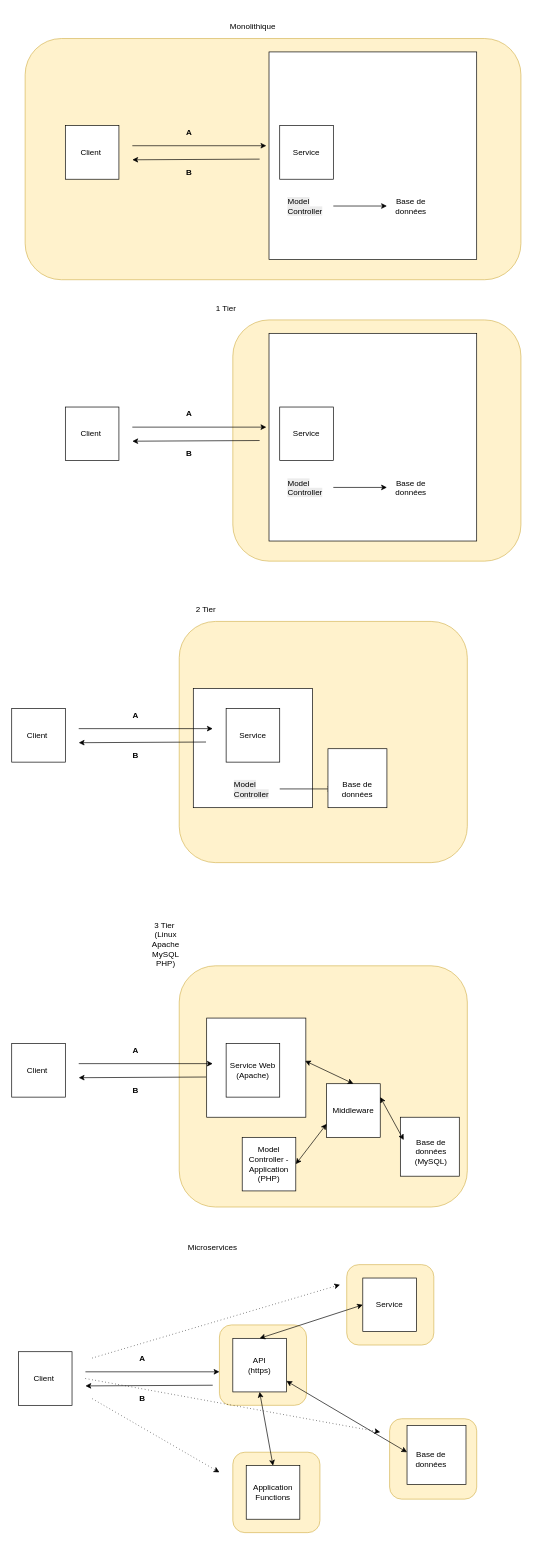
Before: TierNMicroservices.drawio in infocidc/7AX73-CloudComputing, a draw.io diagram. Source tidied: cells renumbered, new cells numbered last; positions are measured from the earlier drawing's top-left corner, leaving out a move shared by most shapes. Both pictures are drawn from the tidied source at 67%, with x=0, y=0 at pixel (11, 11).
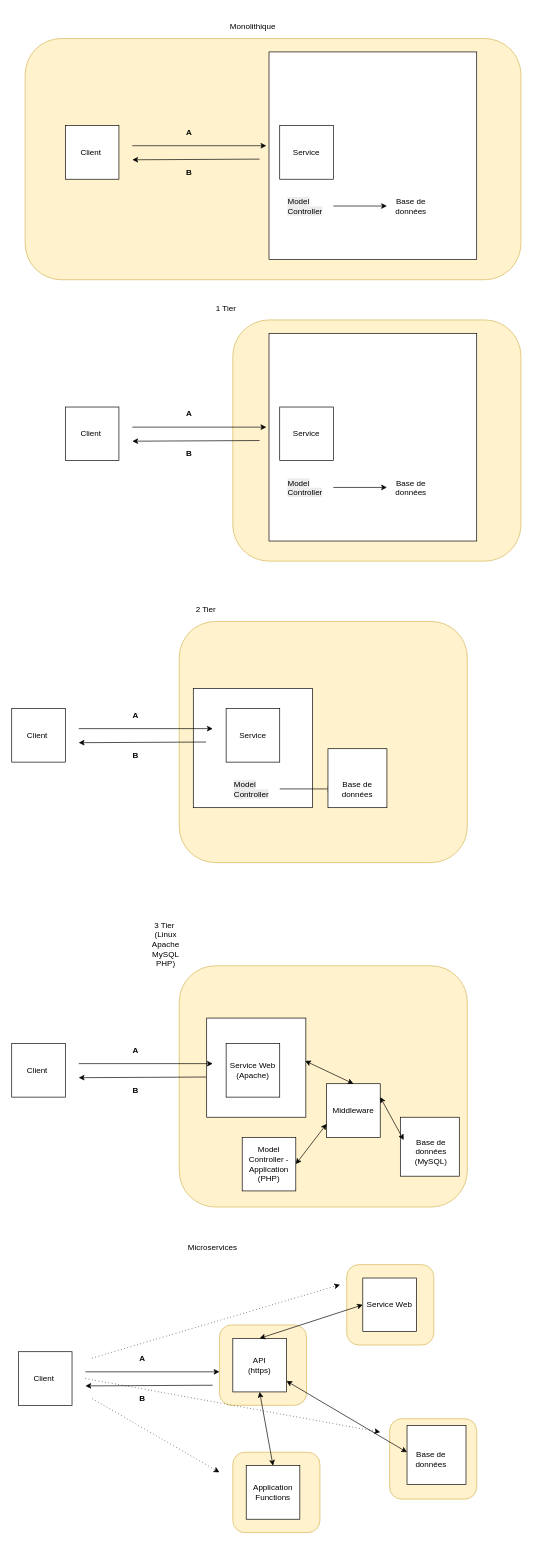
After the change.

The edit, as a diff of the source:
```diff
@@
-    <mxCell id="60" value="Service" style="whiteSpace=wrap;html=1;" parent="1" vertex="1">
+    <mxCell id="60" value="Service Web" style="whiteSpace=wrap;html=1;" parent="1" vertex="1">
       <mxGeometry x="524" y="1890" width="80" height="80" as="geometry" />
     </mxCell>
```
